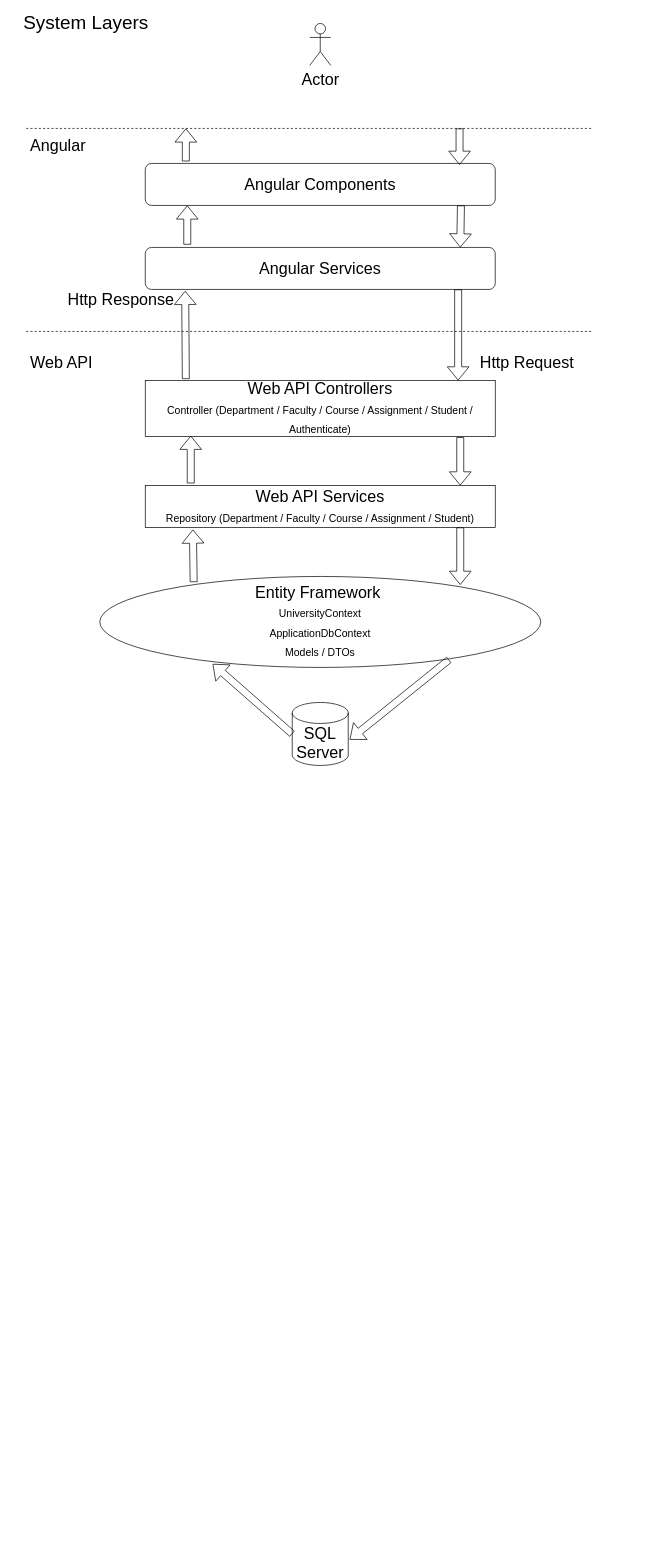
chicupatel-developer/University-Admin keeps this draw.io diagram as Diagrams/Client Server Layers Dia.drawio. Above is the earlier version. Source tidied: cells renumbered, new cells numbered last; positions are measured from the earlier drawing's top-left corner, leaving out a move shared by most shapes. Both pictures are drawn from the tidied source at 70%, with x=0, y=0 at pixel (19, 13).
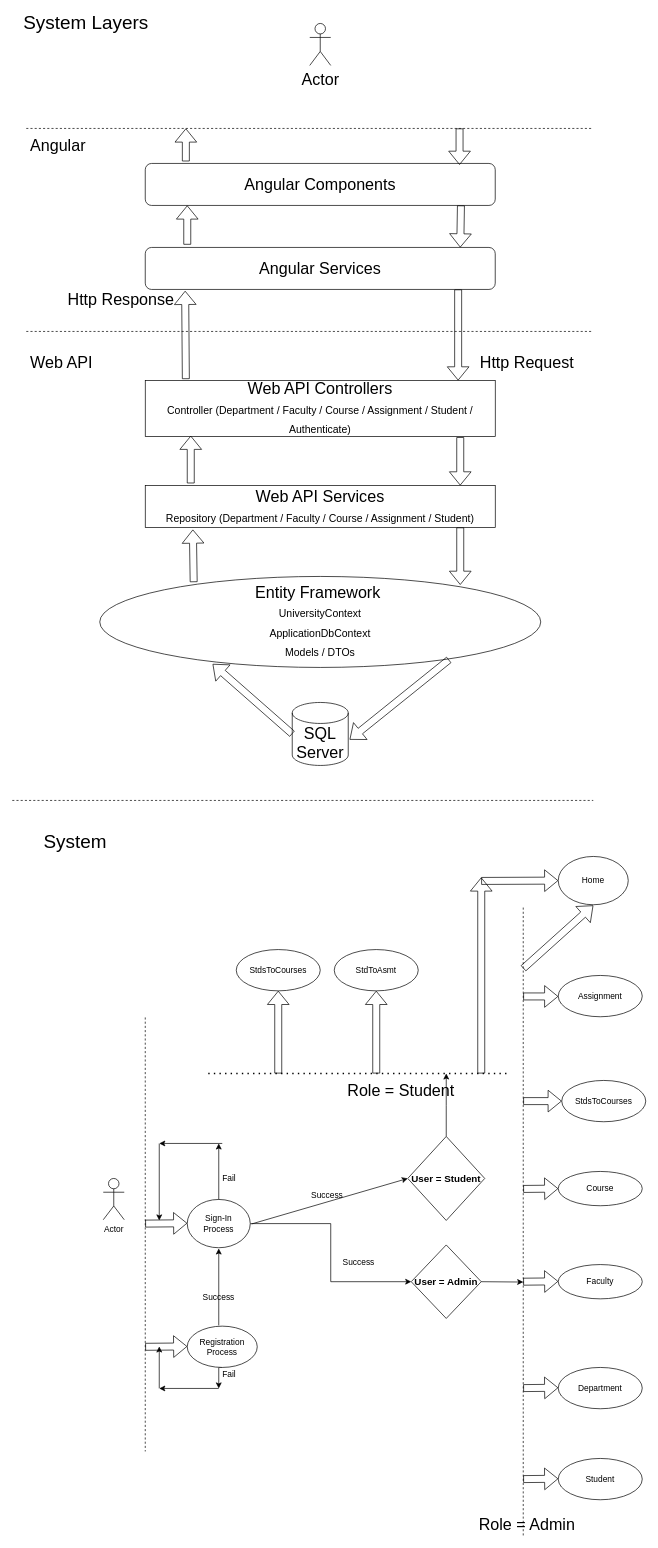
After the change.

Change to the diagram source:
```diff
@@
+    <mxCell id="28" style="edgeStyle=orthogonalEdgeStyle;rounded=0;jettySize=auto;html=1;exitX=1;exitY=0.5;exitDx=0;exitDy=0;entryX=0;entryY=0.5;entryDx=0;entryDy=0;" parent="1" edge="1" source="29" target="42">
+      <mxGeometry relative="1" as="geometry" />
+    </mxCell>
+    <mxCell id="29" value="Sign-In&lt;br&gt;Process" style="ellipse;whiteSpace=wrap;html=1;" parent="1" vertex="1">
+      <mxGeometry x="240" y="1695" width="90" height="69" as="geometry" />
+    </mxCell>
+    <mxCell id="30" value="Faculty" style="ellipse;whiteSpace=wrap;html=1;" parent="1" vertex="1">
+      <mxGeometry x="770" y="1788" width="120" height="49" as="geometry" />
+    </mxCell>
+    <mxCell id="31" value="Course" style="ellipse;whiteSpace=wrap;html=1;" parent="1" vertex="1">
+      <mxGeometry x="770" y="1655" width="120" height="49" as="geometry" />
+    </mxCell>
+    <mxCell id="32" value="Student" style="ellipse;whiteSpace=wrap;html=1;" parent="1" vertex="1">
+      <mxGeometry x="770" y="2065" width="120" height="59" as="geometry" />
+    </mxCell>
+    <mxCell id="33" style="edgeStyle=orthogonalEdgeStyle;rounded=0;jettySize=auto;html=1;exitX=0.5;exitY=1;exitDx=0;exitDy=0;" parent="1" edge="1" source="34">
+      <mxGeometry relative="1" as="geometry">
+        <mxPoint x="285" y="1965" as="targetPoint" />
+      </mxGeometry>
+    </mxCell>
+    <mxCell id="34" value="Registration&lt;br&gt;Process" style="ellipse;whiteSpace=wrap;html=1;" parent="1" vertex="1">
+      <mxGeometry x="240" y="1876" width="100" height="59" as="geometry" />
+    </mxCell>
+    <mxCell id="35" value="Home" style="ellipse;whiteSpace=wrap;html=1;" parent="1" vertex="1">
+      <mxGeometry x="770" y="1205" width="100" height="69" as="geometry" />
+    </mxCell>
+    <mxCell id="36" value="Actor" style="shape=umlActor;verticalLabelPosition=bottom;verticalAlign=top;html=1;" parent="1" vertex="1">
+      <mxGeometry x="120" y="1665" width="30" height="59" as="geometry" />
+    </mxCell>
+    <mxCell id="37" style="endArrow=none;dashed=1;html=1;" parent="1" edge="1">
+      <mxGeometry relative="1" as="geometry">
+        <mxPoint x="720" y="2175" as="sourcePoint" />
+        <mxPoint x="720" y="1275" as="targetPoint" />
+      </mxGeometry>
+    </mxCell>
+    <mxCell id="38" value="Department" style="ellipse;whiteSpace=wrap;html=1;" parent="1" vertex="1">
+      <mxGeometry x="770" y="1935" width="120" height="59" as="geometry" />
+    </mxCell>
+    <mxCell id="39" value="StdToAsmt" style="ellipse;whiteSpace=wrap;html=1;" parent="1" vertex="1">
+      <mxGeometry x="450" y="1338" width="120" height="59" as="geometry" />
+    </mxCell>
+    <mxCell id="40" value="Assignment" style="ellipse;whiteSpace=wrap;html=1;" parent="1" vertex="1">
+      <mxGeometry x="770" y="1375" width="120" height="59" as="geometry" />
+    </mxCell>
+    <mxCell id="41" value="StdsToCourses" style="ellipse;whiteSpace=wrap;html=1;" parent="1" vertex="1">
+      <mxGeometry x="775" y="1525" width="120" height="59" as="geometry" />
+    </mxCell>
+    <mxCell id="42" value="&lt;b&gt;&lt;font style=&quot;font-size: 14px&quot;&gt;User = Admin&lt;/font&gt;&lt;/b&gt;" style="rhombus;whiteSpace=wrap;html=1;" parent="1" vertex="1">
+      <mxGeometry x="560" y="1760" width="100" height="105" as="geometry" />
+    </mxCell>
+    <mxCell id="43" style="edgeStyle=orthogonalEdgeStyle;rounded=0;jettySize=auto;html=1;fontSize=23;" parent="1" edge="1" source="44">
+      <mxGeometry relative="1" as="geometry">
+        <mxPoint x="610" y="1515" as="targetPoint" />
+      </mxGeometry>
+    </mxCell>
+    <mxCell id="44" value="&lt;font style=&quot;font-size: 14px&quot;&gt;&lt;b&gt;User = Student&lt;/b&gt;&lt;/font&gt;" style="rhombus;whiteSpace=wrap;html=1;" parent="1" vertex="1">
+      <mxGeometry x="555" y="1605" width="110" height="120" as="geometry" />
+    </mxCell>
+    <mxCell id="45" value="Success" style="text;html=1;strokeColor=none;fillColor=none;align=center;verticalAlign=middle;whiteSpace=wrap;rounded=0;" parent="1" vertex="1">
+      <mxGeometry x="265" y="1825" width="40" height="19" as="geometry" />
+    </mxCell>
+    <mxCell id="46" style="endArrow=none;dashed=1;html=1;" parent="1" edge="1">
+      <mxGeometry relative="1" as="geometry">
+        <mxPoint x="180" y="1435" as="sourcePoint" />
+        <mxPoint x="180" y="2055" as="targetPoint" />
+      </mxGeometry>
+    </mxCell>
+    <mxCell id="47" style="endArrow=classic;html=1;" parent="1" edge="1">
+      <mxGeometry relative="1" as="geometry">
+        <mxPoint x="285" y="1875" as="sourcePoint" />
+        <mxPoint x="285" y="1765" as="targetPoint" />
+      </mxGeometry>
+    </mxCell>
+    <mxCell id="48" value="Fail" style="text;html=1;strokeColor=none;fillColor=none;align=center;verticalAlign=middle;whiteSpace=wrap;rounded=0;" parent="1" vertex="1">
+      <mxGeometry x="280" y="1935" width="40" height="20" as="geometry" />
+    </mxCell>
+    <mxCell id="49" style="endArrow=classic;html=1;entryX=0;entryY=0.5;entryDx=0;entryDy=0;" parent="1" edge="1" target="44">
+      <mxGeometry relative="1" as="geometry">
+        <mxPoint x="332" y="1730" as="sourcePoint" />
+      </mxGeometry>
+    </mxCell>
+    <mxCell id="50" value="Success" style="text;html=1;strokeColor=none;fillColor=none;align=center;verticalAlign=middle;whiteSpace=wrap;rounded=0;" parent="1" vertex="1">
+      <mxGeometry x="420" y="1679" width="40" height="20" as="geometry" />
+    </mxCell>
+    <mxCell id="51" value="Success" style="text;html=1;strokeColor=none;fillColor=none;align=center;verticalAlign=middle;whiteSpace=wrap;rounded=0;" parent="1" vertex="1">
+      <mxGeometry x="465" y="1775" width="40" height="20" as="geometry" />
+    </mxCell>
+    <mxCell id="52" style="endArrow=classic;html=1;exitX=0.5;exitY=0;exitDx=0;exitDy=0;" parent="1" edge="1" source="29">
+      <mxGeometry relative="1" as="geometry">
+        <mxPoint x="285" y="1615" as="targetPoint" />
+      </mxGeometry>
+    </mxCell>
+    <mxCell id="53" value="Fail" style="text;html=1;strokeColor=none;fillColor=none;align=center;verticalAlign=middle;whiteSpace=wrap;rounded=0;" parent="1" vertex="1">
+      <mxGeometry x="280" y="1655" width="40" height="20" as="geometry" />
+    </mxCell>
+    <mxCell id="54" style="endArrow=classic;html=1;" parent="1" edge="1">
+      <mxGeometry relative="1" as="geometry">
+        <mxPoint x="285" y="1965" as="sourcePoint" />
+        <mxPoint x="200" y="1965" as="targetPoint" />
+      </mxGeometry>
+    </mxCell>
+    <mxCell id="55" style="shape=flexArrow;endArrow=classic;html=1;fontSize=23;entryX=0;entryY=0.5;entryDx=0;entryDy=0;" parent="1" edge="1">
+      <mxGeometry relative="1" as="geometry">
+        <mxPoint x="180" y="1729.5" as="sourcePoint" />
+        <mxPoint x="240" y="1729" as="targetPoint" />
+      </mxGeometry>
+    </mxCell>
+    <mxCell id="56" style="endArrow=classic;html=1;fontSize=23;" parent="1" edge="1">
+      <mxGeometry relative="1" as="geometry">
+        <mxPoint x="290" y="1615" as="sourcePoint" />
+        <mxPoint x="200" y="1615" as="targetPoint" />
+      </mxGeometry>
+    </mxCell>
+    <mxCell id="57" style="endArrow=classic;html=1;fontSize=23;" parent="1" edge="1">
+      <mxGeometry relative="1" as="geometry">
+        <mxPoint x="200" y="1615" as="sourcePoint" />
+        <mxPoint x="200" y="1725" as="targetPoint" />
+      </mxGeometry>
+    </mxCell>
+    <mxCell id="58" style="shape=flexArrow;endArrow=classic;html=1;fontSize=23;entryX=0;entryY=0.5;entryDx=0;entryDy=0;" parent="1" edge="1">
+      <mxGeometry relative="1" as="geometry">
+        <mxPoint x="180" y="1905.5" as="sourcePoint" />
+        <mxPoint x="240" y="1905" as="targetPoint" />
+      </mxGeometry>
+    </mxCell>
+    <mxCell id="59" style="endArrow=classic;html=1;fontSize=23;" parent="1" edge="1">
+      <mxGeometry relative="1" as="geometry">
+        <mxPoint x="200" y="1965" as="sourcePoint" />
+        <mxPoint x="200" y="1905" as="targetPoint" />
+      </mxGeometry>
+    </mxCell>
+    <mxCell id="60" style="shape=flexArrow;endArrow=classic;html=1;fontSize=23;" parent="1" edge="1">
+      <mxGeometry relative="1" as="geometry">
+        <mxPoint x="720" y="1405" as="sourcePoint" />
+        <mxPoint x="770" y="1405" as="targetPoint" />
+      </mxGeometry>
+    </mxCell>
+    <mxCell id="61" style="shape=flexArrow;endArrow=classic;html=1;fontSize=23;entryX=0;entryY=0.5;entryDx=0;entryDy=0;" parent="1" edge="1" target="41">
+      <mxGeometry relative="1" as="geometry">
+        <mxPoint x="720" y="1554.5" as="sourcePoint" />
+      </mxGeometry>
+    </mxCell>
+    <mxCell id="62" style="shape=flexArrow;endArrow=classic;html=1;fontSize=23;entryX=0;entryY=0.5;entryDx=0;entryDy=0;" parent="1" edge="1" target="31">
+      <mxGeometry relative="1" as="geometry">
+        <mxPoint x="720" y="1680" as="sourcePoint" />
+      </mxGeometry>
+    </mxCell>
+    <mxCell id="63" style="shape=flexArrow;endArrow=classic;html=1;fontSize=23;" parent="1" edge="1">
+      <mxGeometry relative="1" as="geometry">
+        <mxPoint x="720" y="1812.5" as="sourcePoint" />
+        <mxPoint x="770" y="1812" as="targetPoint" />
+      </mxGeometry>
+    </mxCell>
+    <mxCell id="64" style="shape=flexArrow;endArrow=classic;html=1;fontSize=23;" parent="1" edge="1">
+      <mxGeometry relative="1" as="geometry">
+        <mxPoint x="720" y="1964.5" as="sourcePoint" />
+        <mxPoint x="770" y="1964" as="targetPoint" />
+      </mxGeometry>
+    </mxCell>
+    <mxCell id="65" style="shape=flexArrow;endArrow=classic;html=1;fontSize=23;" parent="1" edge="1">
+      <mxGeometry relative="1" as="geometry">
+        <mxPoint x="720" y="2094.5" as="sourcePoint" />
+        <mxPoint x="770" y="2094" as="targetPoint" />
+      </mxGeometry>
+    </mxCell>
+    <mxCell id="66" style="endArrow=none;dashed=1;html=1;dashPattern=1 3;strokeWidth=2;fontSize=23;" parent="1" edge="1">
+      <mxGeometry relative="1" as="geometry">
+        <mxPoint x="270" y="1515" as="sourcePoint" />
+        <mxPoint x="700" y="1515" as="targetPoint" />
+      </mxGeometry>
+    </mxCell>
+    <mxCell id="67" value="StdsToCourses" style="ellipse;whiteSpace=wrap;html=1;" parent="1" vertex="1">
+      <mxGeometry x="310" y="1338" width="120" height="59" as="geometry" />
+    </mxCell>
+    <mxCell id="68" style="shape=flexArrow;endArrow=classic;html=1;fontSize=23;entryX=0.5;entryY=1;entryDx=0;entryDy=0;" parent="1" edge="1" target="39">
+      <mxGeometry relative="1" as="geometry">
+        <mxPoint x="510" y="1515" as="sourcePoint" />
+      </mxGeometry>
+    </mxCell>
+    <mxCell id="69" style="shape=flexArrow;endArrow=classic;html=1;fontSize=23;entryX=0.5;entryY=1;entryDx=0;entryDy=0;" parent="1" edge="1" target="67">
+      <mxGeometry relative="1" as="geometry">
+        <mxPoint x="370" y="1515" as="sourcePoint" />
+      </mxGeometry>
+    </mxCell>
+    <mxCell id="70" style="endArrow=classic;html=1;fontSize=23;exitX=1;exitY=0.5;exitDx=0;exitDy=0;" parent="1" edge="1" source="42">
+      <mxGeometry relative="1" as="geometry">
+        <mxPoint x="720" y="1813" as="targetPoint" />
+      </mxGeometry>
+    </mxCell>
+    <mxCell id="71" style="shape=flexArrow;endArrow=classic;html=1;fontSize=23;" parent="1" edge="1">
+      <mxGeometry relative="1" as="geometry">
+        <mxPoint x="720" y="1365" as="sourcePoint" />
+        <mxPoint x="820" y="1275" as="targetPoint" />
+      </mxGeometry>
+    </mxCell>
+    <mxCell id="72" style="shape=flexArrow;endArrow=classic;html=1;fontSize=23;entryX=0;entryY=0.5;entryDx=0;entryDy=0;" parent="1" edge="1" target="35">
+      <mxGeometry relative="1" as="geometry">
+        <mxPoint x="660" y="1240" as="sourcePoint" />
+      </mxGeometry>
+    </mxCell>
+    <mxCell id="73" style="shape=flexArrow;endArrow=classic;html=1;fontSize=23;" parent="1" edge="1">
+      <mxGeometry relative="1" as="geometry">
+        <mxPoint x="660" y="1515" as="sourcePoint" />
+        <mxPoint x="660" y="1235" as="targetPoint" />
+      </mxGeometry>
+    </mxCell>
+    <mxCell id="74" value="Role = Student" style="text;html=1;align=center;verticalAlign=middle;strokeColor=none;fontSize=23;" parent="1" vertex="1">
+      <mxGeometry x="460" y="1525" width="170" height="30" as="geometry" />
+    </mxCell>
+    <mxCell id="75" value="Role = Admin" style="text;html=1;align=center;verticalAlign=middle;strokeColor=none;fontSize=23;" parent="1" vertex="1">
+      <mxGeometry x="650" y="2145" width="150" height="30" as="geometry" />
+    </mxCell>
+    <mxCell id="76" value="&lt;font style=&quot;font-size: 27px&quot;&gt;System&lt;/font&gt;" style="text;html=1;strokeColor=none;fillColor=none;align=center;verticalAlign=middle;whiteSpace=wrap;rounded=0;fontSize=23;" parent="1" vertex="1">
+      <mxGeometry x="60" y="1175" width="40" height="20" as="geometry" />
+    </mxCell>
+    <mxCell id="77" style="endArrow=none;dashed=1;html=1;fontSize=23;" parent="1" edge="1">
+      <mxGeometry relative="1" as="geometry">
+        <mxPoint x="-10" y="1125" as="sourcePoint" />
+        <mxPoint x="820" y="1125" as="targetPoint" />
+      </mxGeometry>
+    </mxCell>
```
